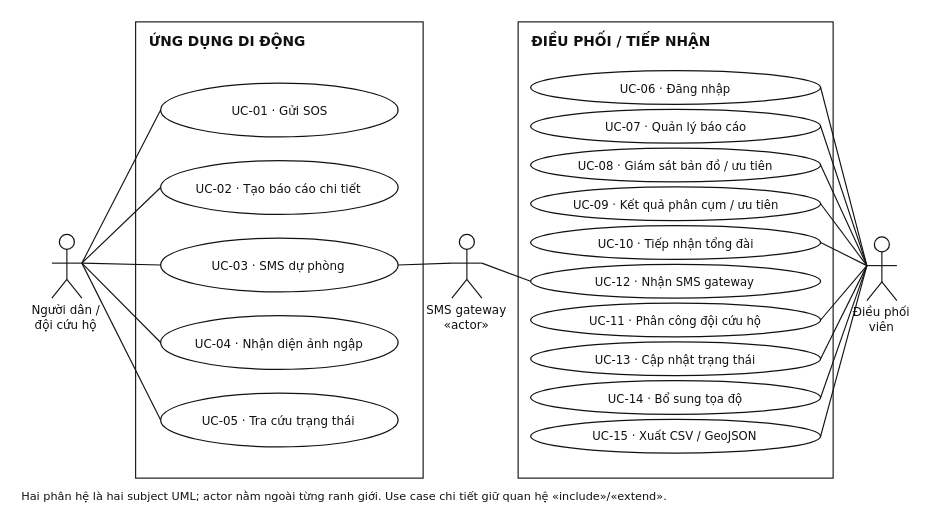
ngthtrong/nckh2 keeps this draw.io diagram as report/assets/diagrams/usecase.drawio. Above is the earlier version. Source tidied: cells renumbered, new cells numbered last; positions are measured from the earlier drawing's top-left corner, leaving out a move shared by most shapes. Both pictures are drawn from the tidied source at 125%, with x=0, y=0 at pixel (21, 21).
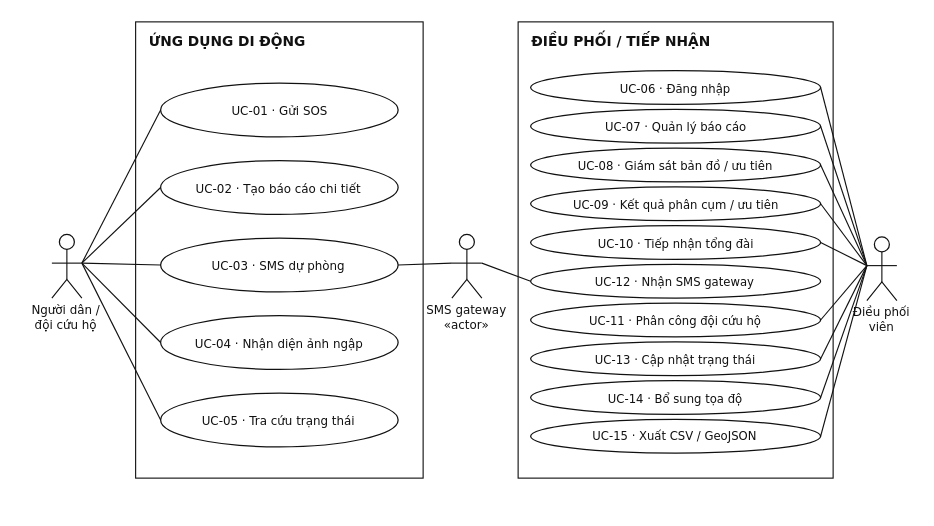
The same diagram, later.

Change to the diagram source:
```diff
@@
-    <mxCell id="67" value="&lt;div&gt;Hai phân hệ là hai subject UML; actor nằm ngoài từng ranh giới. Use case chi tiết giữ quan hệ «include»/«extend».&lt;/div&gt;" style="text;html=1;whiteSpace=wrap;align=left;verticalAlign=middle;fontFamily=DejaVu Sans;fontSize=9;fontStyle=0;fontColor=#111111;spacing=0;overflow=visible;" parent="1" vertex="1">
-      <mxGeometry y="374" width="520" height="12.1" as="geometry" />
-    </mxCell>
```
